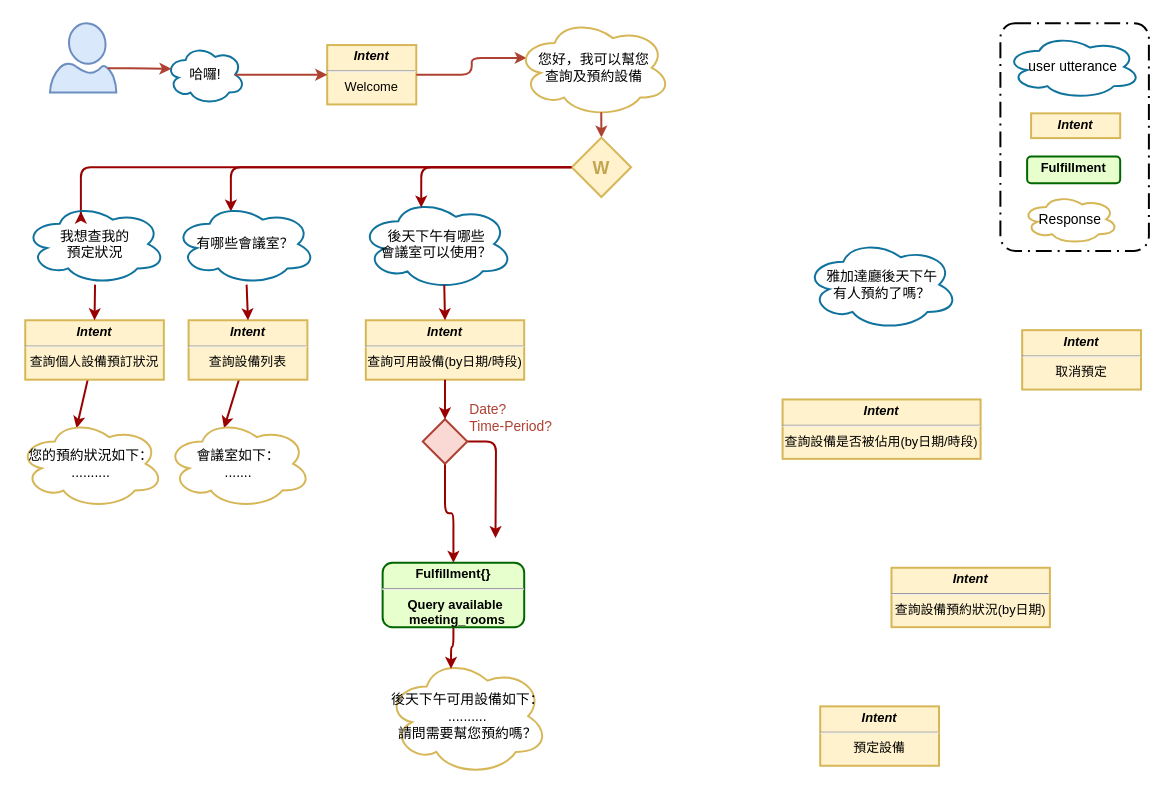
The draw.io diagram page "whl_family" (3 of 4) of resources/assets/qa_bot dialog flow.drawio in shihxuancheng/qa_bot, before the edit. Source tidied: cells renumbered, new cells numbered last; positions are measured from the earlier drawing's top-left corner, leaving out a move shared by most shapes. Both pictures are drawn from the tidied source at 99%, with x=0, y=0 at pixel (18, 18).
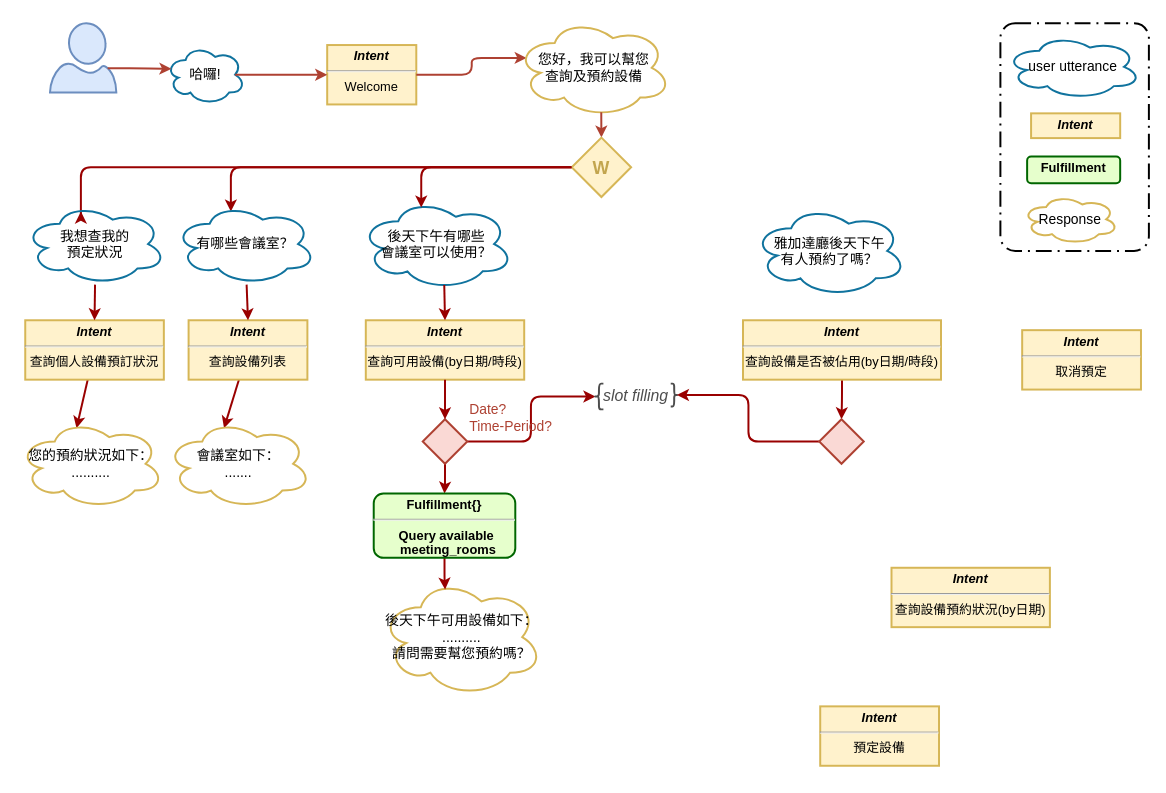
Above is the later version.

The change refers to these unchanged cells:
```xml
<mxCell id="38" value="&lt;p style=&quot;line-height: 100%&quot;&gt;&lt;br&gt;&lt;/p&gt;" style="strokeWidth=2;html=1;shape=mxgraph.flowchart.decision;whiteSpace=wrap;shadow=0;fillColor=#fad9d5;fontSize=13;labelBorderColor=none;strokeColor=#ae4132;spacing=0;" parent="1" vertex="1">
  <mxGeometry x="408.5" y="405" width="45" height="45" as="geometry" />
</mxCell>
```

What changed in the source:
```diff
@@
+    <mxCell id="45" style="edgeStyle=orthogonalEdgeStyle;rounded=1;jettySize=auto;html=1;fontSize=13;fontColor=#000000;strokeColor=#990000;strokeWidth=2;" parent="1" edge="1" source="8" target="51">
+      <mxGeometry relative="1" as="geometry" />
+    </mxCell>
     <mxCell id="8" value="&lt;p style=&quot;margin: 4px 0px 0px; font-size: 13px;&quot;&gt;&lt;b style=&quot;font-size: 13px;&quot;&gt;&lt;i style=&quot;font-size: 13px;&quot;&gt;Intent&lt;/i&gt;&lt;/b&gt;&lt;/p&gt;&lt;hr style=&quot;font-size: 13px;&quot;&gt;&lt;div style=&quot;height: 2px; font-size: 13px;&quot;&gt;查詢設備是否被佔用(by日期/時段)&lt;/div&gt;" style="verticalAlign=top;align=center;overflow=fill;fontSize=13;fontFamily=Helvetica;html=1;fillColor=#fff2cc;strokeColor=#d6b656;strokeWidth=2;gradientColor=none;" parent="1" vertex="1">
-      <mxGeometry x="772" y="385" width="200" height="60" as="geometry" />
+      <mxGeometry x="732" y="305" width="200" height="60" as="geometry" />
     </mxCell>
@@
     <mxCell id="32" value="雅加達廳後天下午&lt;br&gt;有人預約了嗎？" style="ellipse;shape=cloud;whiteSpace=wrap;html=1;rounded=0;shadow=0;glass=0;comic=0;strokeColor=#10739e;strokeWidth=2;fillColor=none;fontSize=14;" parent="1" vertex="1">
-      <mxGeometry x="794.5" y="223" width="155" height="92" as="geometry" />
+      <mxGeometry x="742" y="189" width="155" height="92" as="geometry" />
     </mxCell>
@@
-    <mxCell id="36" style="edgeStyle=orthogonalEdgeStyle;rounded=1;jettySize=auto;html=1;fontSize=13;strokeColor=#990000;strokeWidth=2;" parent="1" edge="1" source="38">
-      <mxGeometry relative="1" as="geometry">
-        <mxPoint x="482" y="525" as="targetPoint" />
-      </mxGeometry>
+    <mxCell id="36" style="edgeStyle=orthogonalEdgeStyle;rounded=1;jettySize=auto;html=1;fontSize=13;strokeColor=#990000;strokeWidth=2;entryX=0.1;entryY=0.5;entryDx=0;entryDy=0;entryPerimeter=0;" parent="1" edge="1" source="38" target="47">
+      <mxGeometry relative="1" as="geometry" />
     </mxCell>
@@
     <mxCell id="42" value="後天下午可用設備如下：&lt;br&gt;..........&lt;br&gt;請問需要幫您預約嗎？&lt;br&gt;" style="ellipse;shape=cloud;whiteSpace=wrap;html=1;rounded=0;shadow=0;glass=0;comic=0;strokeColor=#D6B656;strokeWidth=2;fillColor=none;fontSize=14;" parent="1" vertex="1">
-      <mxGeometry x="371.5" y="645" width="164" height="120" as="geometry" />
+      <mxGeometry x="365.5" y="565" width="164" height="120" as="geometry" />
     </mxCell>
@@
     <mxCell id="44" value="&lt;p style=&quot;margin: 4px 0px 0px ; font-size: 13px&quot;&gt;&lt;strong style=&quot;font-size: 13px&quot;&gt;Fulfillment{}&lt;/strong&gt;&lt;/p&gt;&lt;hr style=&quot;font-size: 13px&quot;&gt;&lt;p style=&quot;margin: 0px 0px 0px 8px ; font-size: 13px&quot;&gt;Query available&amp;nbsp;&lt;/p&gt;&lt;p style=&quot;margin: 0px 0px 0px 8px ; font-size: 13px&quot;&gt;meeting_rooms&lt;/p&gt;" style="verticalAlign=middle;align=center;overflow=fill;fontSize=13;fontFamily=Helvetica;html=1;rounded=1;fontStyle=1;strokeWidth=2;fillColor=#E6FFCC;strokeColor=#006600;" parent="1" vertex="1">
-      <mxGeometry x="368" y="550" width="143" height="65" as="geometry" />
+      <mxGeometry x="359" y="480" width="143" height="65" as="geometry" />
     </mxCell>
+    <mxCell id="46" style="group;" parent="1" vertex="1">
+      <mxGeometry x="582" y="369" width="84" height="26" as="geometry" />
+    </mxCell>
+    <mxCell id="47" style="shape=curlyBracket;whiteSpace=wrap;html=1;rounded=1;shadow=0;glass=0;comic=0;strokeColor=#4D4D4D;strokeWidth=2;fillColor=none;fontSize=14;align=right;" parent="46" vertex="1">
+      <mxGeometry width="9" height="26" as="geometry" />
+    </mxCell>
+    <mxCell id="48" style="shape=curlyBracket;whiteSpace=wrap;html=1;rounded=1;shadow=0;glass=0;comic=0;strokeColor=#4D4D4D;strokeWidth=2;fillColor=none;fontSize=14;align=right;rotation=180;" parent="46" vertex="1">
+      <mxGeometry x="77" width="7" height="23" as="geometry" />
+    </mxCell>
+    <mxCell id="49" value="slot filling" style="text;align=center;verticalAlign=middle;fillColor=none;strokeColor=none;rounded=0;shadow=0;comic=0;fontSize=16;fontColor=#4D4D4D;fontStyle=2;" parent="46" vertex="1">
+      <mxGeometry x="7" y="1.5" width="70" height="20" as="geometry" />
+    </mxCell>
+    <mxCell id="50" style="edgeStyle=orthogonalEdgeStyle;rounded=1;jettySize=auto;html=1;fontSize=13;fontColor=#000000;strokeColor=#990000;strokeWidth=2;entryX=0.1;entryY=0.5;entryDx=0;entryDy=0;entryPerimeter=0;" parent="1" edge="1" source="51" target="48">
+      <mxGeometry relative="1" as="geometry" />
+    </mxCell>
+    <mxCell id="51" value="&lt;p style=&quot;line-height: 100%&quot;&gt;&lt;br&gt;&lt;/p&gt;" style="strokeWidth=2;html=1;shape=mxgraph.flowchart.decision;whiteSpace=wrap;shadow=0;fillColor=#fad9d5;fontSize=13;labelBorderColor=none;strokeColor=#ae4132;spacing=0;" parent="1" vertex="1">
+      <mxGeometry x="809" y="405" width="45" height="45" as="geometry" />
+    </mxCell>
```
